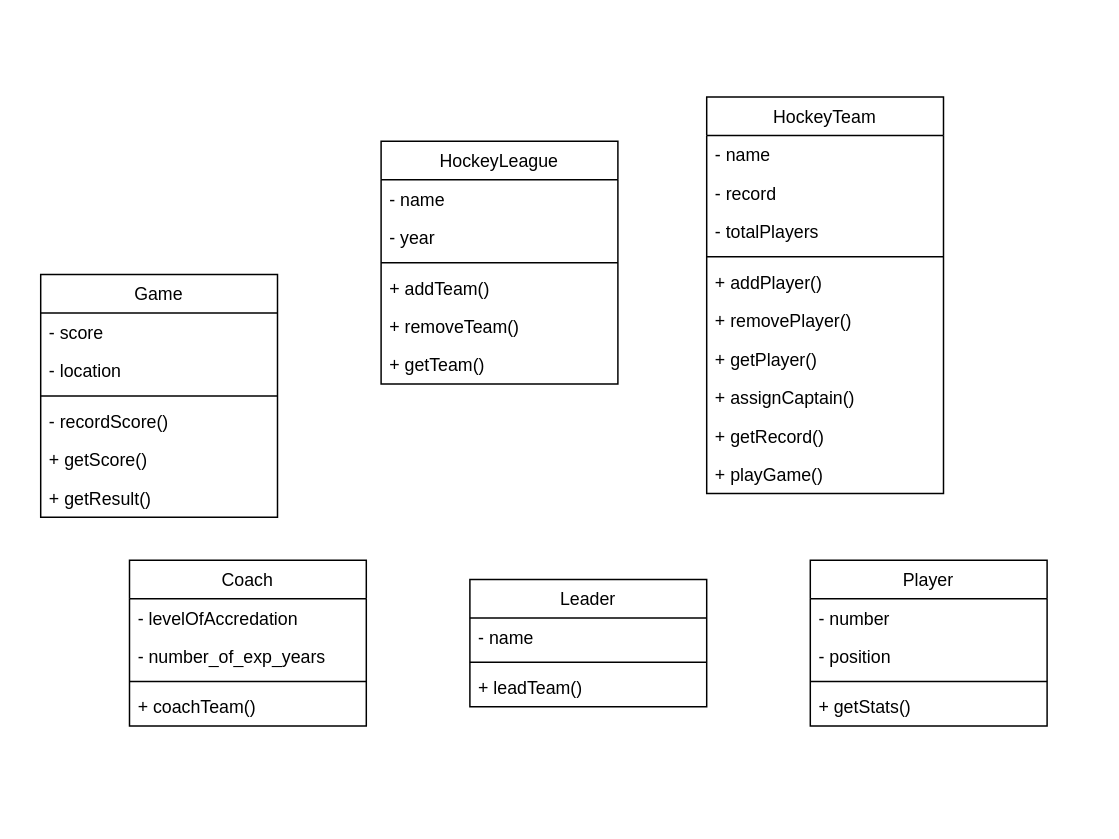
This is tuto4q4wia2002.drawio from justn0thinghere/drawio, a draw.io file, before an edit. Source tidied: cells renumbered, new cells numbered last; positions are measured from the earlier drawing's top-left corner, leaving out a move shared by most shapes. Both pictures are drawn from the tidied source at 148%, with x=0, y=0 at pixel (40, 96).
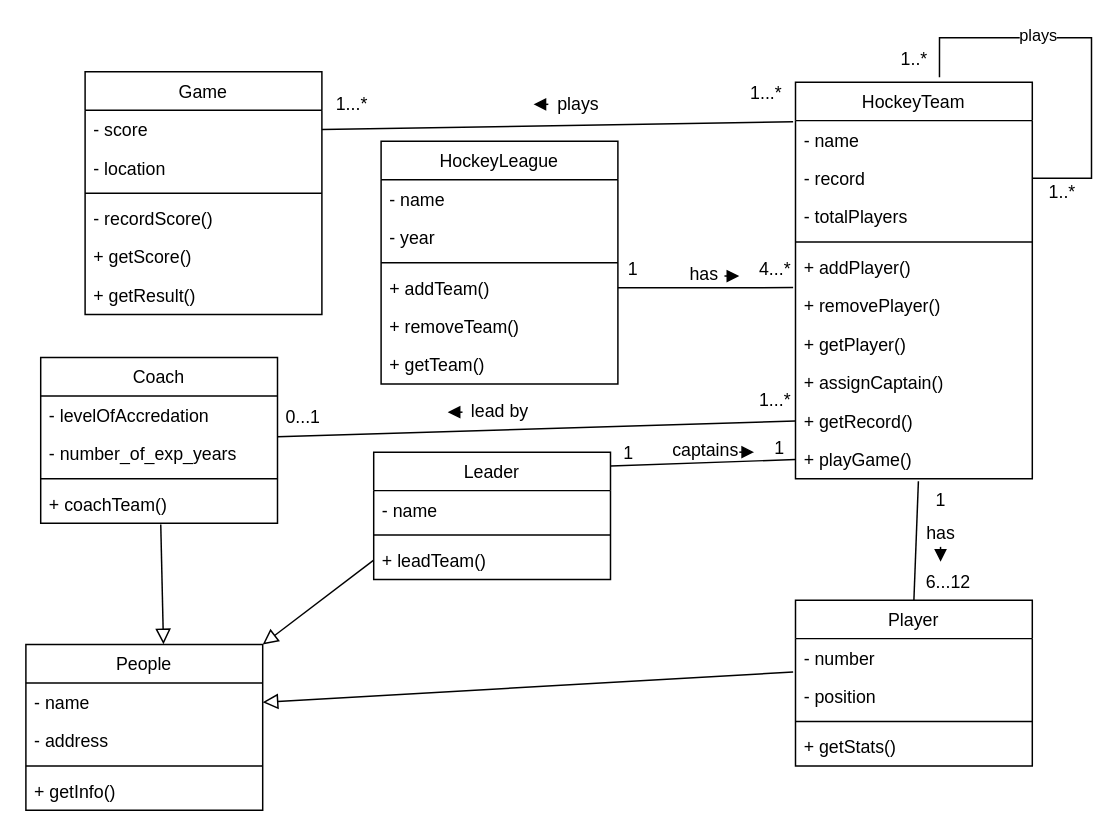
After the change.

Unchanged cells that the change refers to:
```xml
<mxCell id="6" value="+ addTeam()" style="text;strokeColor=none;fillColor=none;align=left;verticalAlign=top;spacingLeft=4;spacingRight=4;overflow=hidden;points=[[0,0.5],[1,0.5]];portConstraint=eastwest;whiteSpace=wrap;html=1;" parent="2" vertex="1">
  <mxGeometry y="86" width="160" height="26" as="geometry" />
</mxCell>
<mxCell id="10" value="- name" style="text;strokeColor=none;fillColor=none;align=left;verticalAlign=top;spacingLeft=4;spacingRight=4;overflow=hidden;points=[[0,0.5],[1,0.5]];portConstraint=eastwest;whiteSpace=wrap;html=1;" parent="9" vertex="1">
  <mxGeometry y="26" width="160" height="26" as="geometry" />
</mxCell>
<mxCell id="11" value="- record" style="text;strokeColor=none;fillColor=none;align=left;verticalAlign=top;spacingLeft=4;spacingRight=4;overflow=hidden;points=[[0,0.5],[1,0.5]];portConstraint=eastwest;whiteSpace=wrap;html=1;" parent="9" vertex="1">
  <mxGeometry y="52" width="160" height="26" as="geometry" />
</mxCell>
<mxCell id="15" value="+ removePlayer()" style="text;strokeColor=none;fillColor=none;align=left;verticalAlign=top;spacingLeft=4;spacingRight=4;overflow=hidden;points=[[0,0.5],[1,0.5]];portConstraint=eastwest;whiteSpace=wrap;html=1;" parent="9" vertex="1">
  <mxGeometry y="138" width="160" height="26" as="geometry" />
</mxCell>
<mxCell id="18" value="+ getRecord()" style="text;strokeColor=none;fillColor=none;align=left;verticalAlign=top;spacingLeft=4;spacingRight=4;overflow=hidden;points=[[0,0.5],[1,0.5]];portConstraint=eastwest;whiteSpace=wrap;html=1;" parent="9" vertex="1">
  <mxGeometry y="216" width="160" height="26" as="geometry" />
</mxCell>
<mxCell id="19" value="+ playGame()" style="text;strokeColor=none;fillColor=none;align=left;verticalAlign=top;spacingLeft=4;spacingRight=4;overflow=hidden;points=[[0,0.5],[1,0.5]];portConstraint=eastwest;whiteSpace=wrap;html=1;" parent="9" vertex="1">
  <mxGeometry y="242" width="160" height="26" as="geometry" />
</mxCell>
<mxCell id="21" value="- number" style="text;strokeColor=none;fillColor=none;align=left;verticalAlign=top;spacingLeft=4;spacingRight=4;overflow=hidden;points=[[0,0.5],[1,0.5]];portConstraint=eastwest;whiteSpace=wrap;html=1;" parent="20" vertex="1">
  <mxGeometry y="26" width="160" height="26" as="geometry" />
</mxCell>
<mxCell id="29" value="+ coachTeam()" style="text;strokeColor=none;fillColor=none;align=left;verticalAlign=top;spacingLeft=4;spacingRight=4;overflow=hidden;points=[[0,0.5],[1,0.5]];portConstraint=eastwest;whiteSpace=wrap;html=1;" parent="25" vertex="1">
  <mxGeometry y="86" width="160" height="26" as="geometry" />
</mxCell>
<mxCell id="33" value="+ leadTeam()" style="text;strokeColor=none;fillColor=none;align=left;verticalAlign=top;spacingLeft=4;spacingRight=4;overflow=hidden;points=[[0,0.5],[1,0.5]];portConstraint=eastwest;whiteSpace=wrap;html=1;" parent="30" vertex="1">
  <mxGeometry y="60" width="160" height="26" as="geometry" />
</mxCell>
<mxCell id="35" value="- score" style="text;strokeColor=none;fillColor=none;align=left;verticalAlign=top;spacingLeft=4;spacingRight=4;overflow=hidden;points=[[0,0.5],[1,0.5]];portConstraint=eastwest;whiteSpace=wrap;html=1;" parent="34" vertex="1">
  <mxGeometry y="26" width="160" height="26" as="geometry" />
</mxCell>
```

Change to the diagram source:
```diff
@@
     <mxCell id="9" value="&lt;span style=&quot;font-weight: 400;&quot;&gt;HockeyTeam&lt;/span&gt;" style="swimlane;fontStyle=1;align=center;verticalAlign=top;horizontal=1;startSize=26;whiteSpace=wrap;html=1;" parent="1" vertex="1">
-      <mxGeometry x="450" width="160" height="268" as="geometry" />
+      <mxGeometry x="510" y="-10" width="160" height="268" as="geometry" />
     </mxCell>
@@
+    <mxCell id="41" style="edgeStyle=orthogonalEdgeStyle;rounded=0;jettySize=auto;html=1;exitX=1;exitY=0.5;exitDx=0;exitDy=0;entryX=0.608;entryY=-0.012;entryDx=0;entryDy=0;entryPerimeter=0;endArrow=none;endFill=0;" parent="9" edge="1" source="11" target="9">
+      <mxGeometry relative="1" as="geometry">
+        <Array as="points">
+          <mxPoint x="200" y="65" />
+          <mxPoint x="200" y="-30" />
+          <mxPoint x="97" y="-30" />
+        </Array>
+      </mxGeometry>
+    </mxCell>
+    <mxCell id="42" value="plays" style="edgeLabel;html=1;align=center;verticalAlign=middle;" parent="41" vertex="1">
+      <mxGeometry x="0.3" y="-2" relative="1" as="geometry" />
+    </mxCell>
     <mxCell id="20" value="&lt;span style=&quot;font-weight: 400;&quot;&gt;Player&lt;/span&gt;" style="swimlane;fontStyle=1;align=center;verticalAlign=top;horizontal=1;startSize=26;whiteSpace=wrap;html=1;" parent="1" vertex="1">
-      <mxGeometry x="520" y="313" width="160" height="112" as="geometry" />
+      <mxGeometry x="510" y="340" width="160" height="112" as="geometry" />
     </mxCell>
@@
     <mxCell id="25" value="&lt;span style=&quot;font-weight: 400;&quot;&gt;Coach&lt;/span&gt;" style="swimlane;fontStyle=1;align=center;verticalAlign=top;horizontal=1;startSize=26;whiteSpace=wrap;html=1;" parent="1" vertex="1">
-      <mxGeometry x="60" y="313" width="160" height="112" as="geometry" />
+      <mxGeometry y="176" width="160" height="112" as="geometry" />
     </mxCell>
@@
     <mxCell id="30" value="&lt;span style=&quot;font-weight: 400;&quot;&gt;Leader&lt;/span&gt;" style="swimlane;fontStyle=1;align=center;verticalAlign=top;horizontal=1;startSize=26;whiteSpace=wrap;html=1;" parent="1" vertex="1">
-      <mxGeometry x="290" y="326" width="160" height="86" as="geometry" />
+      <mxGeometry x="225" y="240" width="160" height="86" as="geometry" />
     </mxCell>
@@
     <mxCell id="34" value="&lt;span style=&quot;font-weight: 400;&quot;&gt;Game&lt;/span&gt;" style="swimlane;fontStyle=1;align=center;verticalAlign=top;horizontal=1;startSize=26;whiteSpace=wrap;html=1;" parent="1" vertex="1">
-      <mxGeometry y="120" width="160" height="164" as="geometry" />
+      <mxGeometry x="30" y="-17" width="160" height="164" as="geometry" />
     </mxCell>
@@
+    <mxCell id="43" value="&lt;span style=&quot;font-weight: 400;&quot;&gt;People&lt;/span&gt;" style="swimlane;fontStyle=1;align=center;verticalAlign=top;horizontal=1;startSize=26;whiteSpace=wrap;html=1;" parent="1" vertex="1">
+      <mxGeometry x="-10" y="370" width="160" height="112" as="geometry" />
+    </mxCell>
+    <mxCell id="44" value="- name" style="text;strokeColor=none;fillColor=none;align=left;verticalAlign=top;spacingLeft=4;spacingRight=4;overflow=hidden;points=[[0,0.5],[1,0.5]];portConstraint=eastwest;whiteSpace=wrap;html=1;" parent="43" vertex="1">
+      <mxGeometry y="26" width="160" height="26" as="geometry" />
+    </mxCell>
+    <mxCell id="45" value="- address" style="text;strokeColor=none;fillColor=none;align=left;verticalAlign=top;spacingLeft=4;spacingRight=4;overflow=hidden;whiteSpace=wrap;html=1;" parent="43" vertex="1">
+      <mxGeometry y="52" width="160" height="26" as="geometry" />
+    </mxCell>
+    <mxCell id="46" style="line;strokeWidth=1;fillColor=none;align=left;verticalAlign=middle;spacingTop=-1;spacingLeft=3;spacingRight=3;labelPosition=right;strokeColor=inherit;" parent="43" vertex="1">
+      <mxGeometry y="78" width="160" height="8" as="geometry" />
+    </mxCell>
+    <mxCell id="47" value="+ getInfo()" style="text;strokeColor=none;fillColor=none;align=left;verticalAlign=top;spacingLeft=4;spacingRight=4;overflow=hidden;whiteSpace=wrap;html=1;" parent="43" vertex="1">
+      <mxGeometry y="86" width="160" height="26" as="geometry" />
+    </mxCell>
+    <mxCell id="48" style="endArrow=none;html=1;rounded=0;exitX=1;exitY=0.5;exitDx=0;exitDy=0;entryX=-0.01;entryY=0.032;entryDx=0;entryDy=0;entryPerimeter=0;" parent="1" edge="1" source="6" target="15">
+      <mxGeometry relative="1" as="geometry" />
+    </mxCell>
+    <mxCell id="49" style="endArrow=block;html=1;rounded=0;endFill=1;" parent="1" edge="1">
+      <mxGeometry relative="1" as="geometry">
+        <mxPoint x="462" y="121" as="sourcePoint" />
+        <mxPoint x="472" y="121" as="targetPoint" />
+      </mxGeometry>
+    </mxCell>
+    <mxCell id="50" value="has" style="text;html=1;align=center;verticalAlign=middle;strokeColor=none;fillColor=none;" parent="1" vertex="1">
+      <mxGeometry x="428" y="105" width="40" height="30" as="geometry" />
+    </mxCell>
+    <mxCell id="51" value="1" style="text;html=1;align=center;verticalAlign=middle;strokeColor=none;fillColor=none;" parent="1" vertex="1">
+      <mxGeometry x="385" y="102" width="30" height="30" as="geometry" />
+    </mxCell>
+    <mxCell id="52" value="4...*" style="text;html=1;align=center;verticalAlign=middle;strokeColor=none;fillColor=none;" parent="1" vertex="1">
+      <mxGeometry x="476" y="102" width="40" height="30" as="geometry" />
+    </mxCell>
+    <mxCell id="53" style="endArrow=none;html=1;rounded=0;exitX=0.519;exitY=1.063;exitDx=0;exitDy=0;exitPerimeter=0;entryX=0.5;entryY=0;entryDx=0;entryDy=0;" parent="1" edge="1" source="19" target="20">
+      <mxGeometry relative="1" as="geometry" />
+    </mxCell>
+    <mxCell id="54" style="endArrow=block;html=1;rounded=0;endFill=1;" parent="1" edge="1">
+      <mxGeometry relative="1" as="geometry">
+        <mxPoint x="608" y="304" as="sourcePoint" />
+        <mxPoint x="608" y="314" as="targetPoint" />
+      </mxGeometry>
+    </mxCell>
+    <mxCell id="55" value="has" style="text;html=1;align=center;verticalAlign=middle;strokeColor=none;fillColor=none;" parent="1" vertex="1">
+      <mxGeometry x="588" y="280" width="40" height="30" as="geometry" />
+    </mxCell>
+    <mxCell id="56" value="1" style="text;html=1;align=center;verticalAlign=middle;strokeColor=none;fillColor=none;" parent="1" vertex="1">
+      <mxGeometry x="593" y="258" width="30" height="30" as="geometry" />
+    </mxCell>
+    <mxCell id="57" value="6...12" style="text;html=1;align=center;verticalAlign=middle;strokeColor=none;fillColor=none;" parent="1" vertex="1">
+      <mxGeometry x="588" y="313" width="50" height="30" as="geometry" />
+    </mxCell>
+    <mxCell id="58" value="1..*" style="text;html=1;align=center;verticalAlign=middle;strokeColor=none;fillColor=none;" parent="1" vertex="1">
+      <mxGeometry x="570" y="-40" width="40" height="30" as="geometry" />
+    </mxCell>
+    <mxCell id="59" value="1..*" style="text;html=1;align=center;verticalAlign=middle;strokeColor=none;fillColor=none;" parent="1" vertex="1">
+      <mxGeometry x="670" y="50" width="40" height="30" as="geometry" />
+    </mxCell>
+    <mxCell id="60" style="rounded=0;jettySize=auto;html=1;exitX=1;exitY=0.5;exitDx=0;exitDy=0;entryX=-0.01;entryY=0.032;entryDx=0;entryDy=0;endArrow=none;endFill=0;entryPerimeter=0;" parent="1" edge="1" source="35" target="10">
+      <mxGeometry relative="1" as="geometry" />
+    </mxCell>
+    <mxCell id="61" value="plays" style="text;html=1;align=center;verticalAlign=middle;strokeColor=none;fillColor=none;" parent="1" vertex="1">
+      <mxGeometry x="338" y="-10" width="50" height="30" as="geometry" />
+    </mxCell>
+    <mxCell id="62" style="endArrow=block;html=1;rounded=0;endFill=1;" parent="1" edge="1">
+      <mxGeometry relative="1" as="geometry">
+        <mxPoint x="343" y="5" as="sourcePoint" />
+        <mxPoint x="333" y="5" as="targetPoint" />
+      </mxGeometry>
+    </mxCell>
+    <mxCell id="63" value="1...*" style="text;html=1;align=center;verticalAlign=middle;strokeColor=none;fillColor=none;" parent="1" vertex="1">
+      <mxGeometry x="470" y="-17" width="40" height="30" as="geometry" />
+    </mxCell>
+    <mxCell id="64" value="1...*" style="text;html=1;align=center;verticalAlign=middle;strokeColor=none;fillColor=none;" parent="1" vertex="1">
+      <mxGeometry x="190" y="-10" width="40" height="30" as="geometry" />
+    </mxCell>
+    <mxCell id="65" style="endArrow=none;html=1;rounded=0;entryX=0;entryY=0.5;entryDx=0;entryDy=0;" parent="1" edge="1" source="25" target="18">
+      <mxGeometry relative="1" as="geometry" />
+    </mxCell>
+    <mxCell id="66" value="lead by" style="text;html=1;align=center;verticalAlign=middle;strokeColor=none;fillColor=none;" parent="1" vertex="1">
+      <mxGeometry x="280" y="198" width="60" height="30" as="geometry" />
+    </mxCell>
+    <mxCell id="67" style="endArrow=block;html=1;rounded=0;endFill=1;" parent="1" edge="1">
+      <mxGeometry relative="1" as="geometry">
+        <mxPoint x="285" y="213" as="sourcePoint" />
+        <mxPoint x="275" y="213" as="targetPoint" />
+      </mxGeometry>
+    </mxCell>
+    <mxCell id="68" value="1...*" style="text;html=1;align=center;verticalAlign=middle;strokeColor=none;fillColor=none;" parent="1" vertex="1">
+      <mxGeometry x="476" y="190" width="40" height="30" as="geometry" />
+    </mxCell>
+    <mxCell id="69" value="0...1" style="text;html=1;align=center;verticalAlign=middle;strokeColor=none;fillColor=none;" parent="1" vertex="1">
+      <mxGeometry x="152" y="202" width="50" height="30" as="geometry" />
+    </mxCell>
+    <mxCell id="70" style="endArrow=none;html=1;rounded=0;exitX=1.001;exitY=0.108;exitDx=0;exitDy=0;exitPerimeter=0;entryX=0;entryY=0.5;entryDx=0;entryDy=0;" parent="1" edge="1" source="30" target="19">
+      <mxGeometry relative="1" as="geometry" />
+    </mxCell>
+    <mxCell id="71" value="captains" style="text;html=1;align=center;verticalAlign=middle;strokeColor=none;fillColor=none;" parent="1" vertex="1">
+      <mxGeometry x="414" y="224" width="70" height="30" as="geometry" />
+    </mxCell>
+    <mxCell id="72" style="endArrow=block;html=1;rounded=0;endFill=1;" parent="1" edge="1">
+      <mxGeometry relative="1" as="geometry">
+        <mxPoint x="472" y="240" as="sourcePoint" />
+        <mxPoint x="482" y="240" as="targetPoint" />
+      </mxGeometry>
+    </mxCell>
+    <mxCell id="73" value="1" style="text;html=1;align=center;verticalAlign=middle;strokeColor=none;fillColor=none;" parent="1" vertex="1">
+      <mxGeometry x="382" y="226" width="30" height="30" as="geometry" />
+    </mxCell>
+    <mxCell id="74" value="1" style="text;html=1;align=center;verticalAlign=middle;strokeColor=none;fillColor=none;" parent="1" vertex="1">
+      <mxGeometry x="484" y="223" width="30" height="30" as="geometry" />
+    </mxCell>
+    <mxCell id="75" style="endArrow=block;html=1;rounded=0;exitX=0.507;exitY=1.032;exitDx=0;exitDy=0;exitPerimeter=0;entryX=0.581;entryY=-0.002;entryDx=0;entryDy=0;entryPerimeter=0;endFill=0;strokeWidth=1;endSize=8;" parent="1" edge="1" source="29" target="43">
+      <mxGeometry relative="1" as="geometry" />
+    </mxCell>
+    <mxCell id="76" style="endArrow=block;html=1;rounded=0;exitX=0;exitY=0.5;exitDx=0;exitDy=0;endFill=0;strokeWidth=1;endSize=8;entryX=1;entryY=0;entryDx=0;entryDy=0;entryPerimeter=0;" parent="1" edge="1" source="33" target="43">
+      <mxGeometry relative="1" as="geometry" />
+    </mxCell>
+    <mxCell id="77" style="endArrow=block;html=1;rounded=0;exitX=-0.01;exitY=0.869;exitDx=0;exitDy=0;endFill=0;strokeWidth=1;endSize=8;entryX=1;entryY=0.5;entryDx=0;entryDy=0;exitPerimeter=0;" parent="1" edge="1" source="21" target="44">
+      <mxGeometry relative="1" as="geometry" />
+    </mxCell>
```
